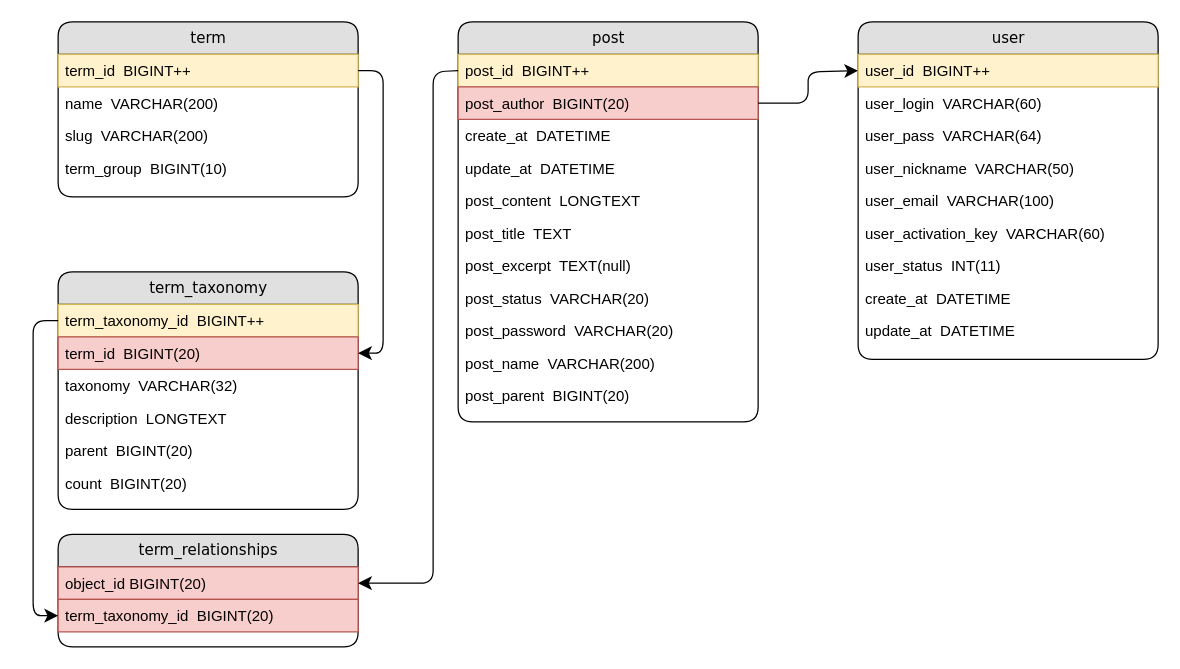
Before: Untitled Diagram.drawio in tty128/test, a draw.io diagram. Source tidied: cells renumbered, new cells numbered last; positions are measured from the earlier drawing's top-left corner, leaving out a move shared by most shapes. Both pictures are drawn from the tidied source at 125%, with x=0, y=0 at pixel (32, 21).
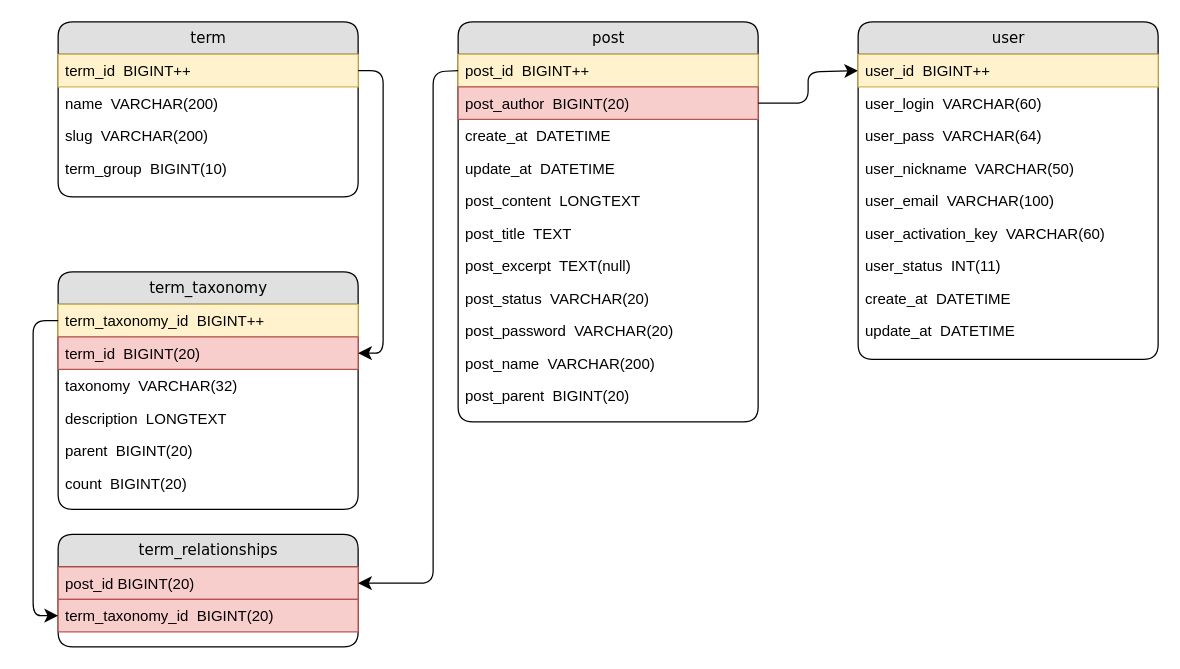
Above is the later version.

Unchanged cells that the change refers to:
```xml
<mxCell id="14" value="term_relationships" style="swimlane;html=1;fontStyle=0;horizontal=1;startSize=26;fillColor=#e0e0e0;swimlaneFillColor=#ffffff;align=center;rounded=1;shadow=0;comic=0;labelBackgroundColor=none;strokeWidth=1;fontFamily=Verdana;fontSize=12;" parent="1" vertex="1">
  <mxGeometry x="20" y="410" width="240" height="90" as="geometry" />
</mxCell>
```

Change to the diagram source:
```diff
@@
-    <mxCell id="15" value="object_id BIGINT(20)" style="text;html=1;strokeColor=#b85450;fillColor=#f8cecc;spacingLeft=4;spacingRight=4;whiteSpace=wrap;overflow=hidden;points=[[0,0.5],[1,0.5]];portConstraint=eastwest;" parent="14" vertex="1">
+    <mxCell id="15" value="post_id BIGINT(20)" style="text;html=1;strokeColor=#b85450;fillColor=#f8cecc;spacingLeft=4;spacingRight=4;whiteSpace=wrap;overflow=hidden;points=[[0,0.5],[1,0.5]];portConstraint=eastwest;" parent="14" vertex="1">
       <mxGeometry y="26" width="240" height="26" as="geometry" />
     </mxCell>
```
